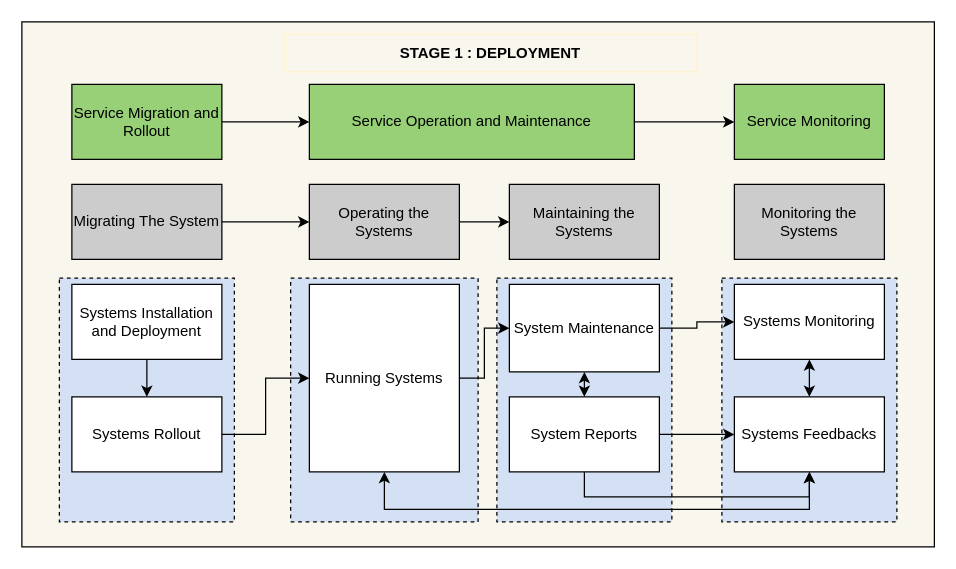
Earlier version of the draw.io diagram page "Stage-4" (5 of 6) of Tugas Akhir Kel 4.drawio (ataupikr/plti-kelompok-4). Source tidied: cells renumbered, new cells numbered last; positions are measured from the earlier drawing's top-left corner, leaving out a move shared by most shapes. Both pictures are drawn from the tidied source at 125%, with x=0, y=0 at pixel (21, 21).
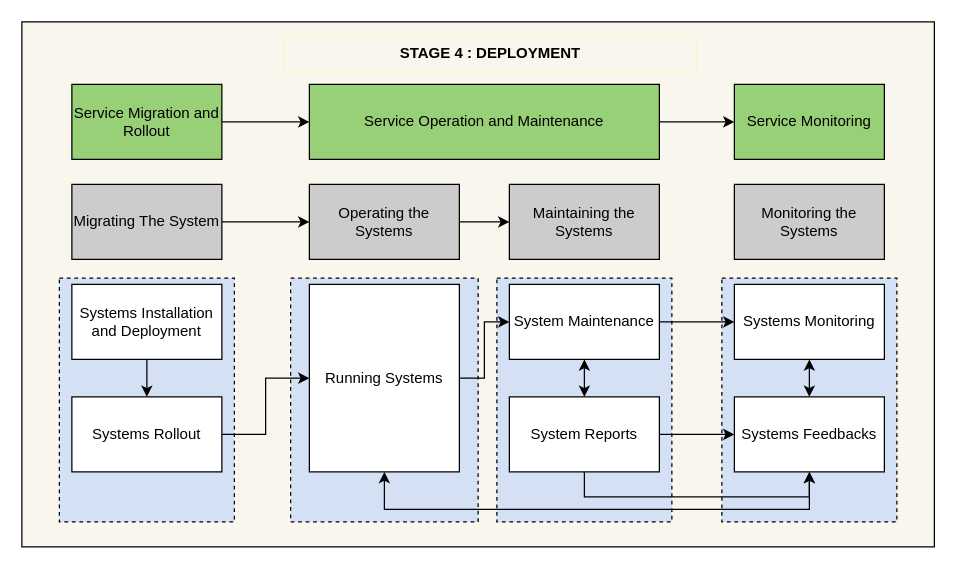
After the change.

Diff of the diagram source:
```diff
@@
     <mxCell id="10" value="Service Operation and Maintenance" style="rounded=0;whiteSpace=wrap;html=1;fillColor=#97D077;" parent="1" vertex="1">
-      <mxGeometry x="230" y="50" width="260" height="60" as="geometry" />
+      <mxGeometry x="230" y="50" width="280" height="60" as="geometry" />
     </mxCell>
@@
     <mxCell id="25" value="System Maintenance" style="rounded=0;whiteSpace=wrap;html=1;" parent="1" vertex="1">
-      <mxGeometry x="390" y="210" width="120" height="70" as="geometry" />
+      <mxGeometry x="390" y="210" width="120" height="60" as="geometry" />
     </mxCell>
@@
-    <mxCell id="32" value="&lt;b&gt;STAGE 1 : DEPLOYMENT&lt;br&gt;&lt;/b&gt;" style="rounded=0;whiteSpace=wrap;html=1;fillColor=#f9f7ed;strokeColor=#FFF2CC;" parent="1" vertex="1">
+    <mxCell id="32" value="&lt;b&gt;STAGE 4 : DEPLOYMENT&lt;br&gt;&lt;/b&gt;" style="rounded=0;whiteSpace=wrap;html=1;fillColor=#f9f7ed;strokeColor=#FFF2CC;" parent="1" vertex="1">
       <mxGeometry x="210" y="10" width="330" height="30" as="geometry" />
     </mxCell>
```
